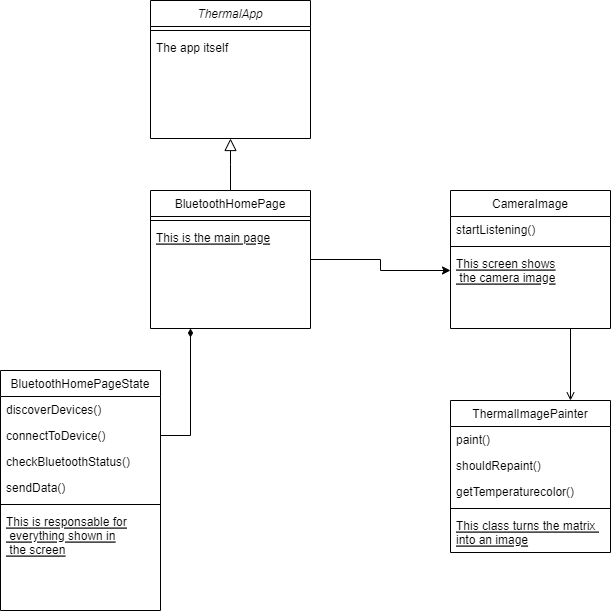
This is uml_diagram.drawio.png from JBLogistic/Licence_Exam, a draw.io export, as it was before one commit. Source tidied: cells renumbered, new cells last; positions are measured from the earlier drawing's top-left corner, leaving out a move shared by most shapes.
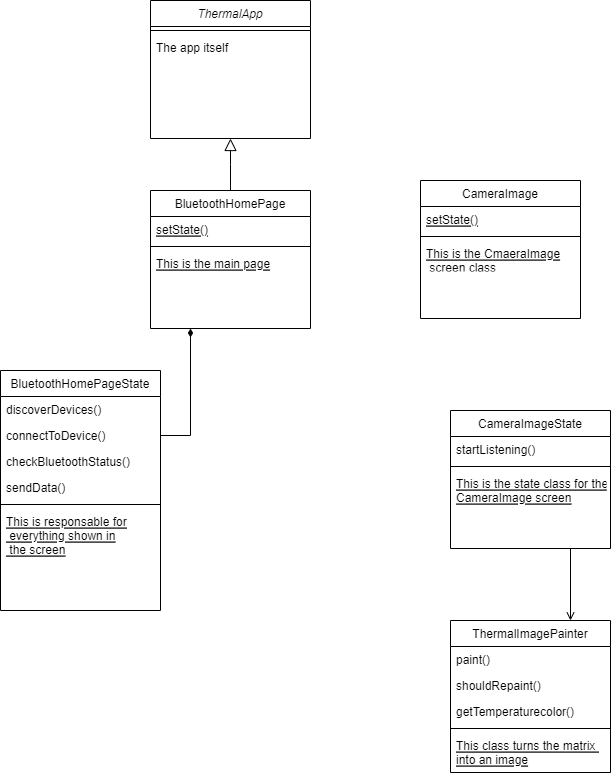
The same diagram one commit later.

Change to the diagram source:
```diff
@@ -11,17 +11,17 @@
     <mxCell id="4" value="The app itself" style="text;align=left;verticalAlign=top;spacingLeft=4;spacingRight=4;overflow=hidden;" parent="2" vertex="1">
       <mxGeometry y="34" width="160" height="26" as="geometry" />
     </mxCell>
-    <mxCell id="5" style="edgeStyle=orthogonalEdgeStyle;rounded=0;jettySize=auto;html=1;exitX=1;exitY=0.5;exitDx=0;exitDy=0;entryX=0;entryY=0.5;entryDx=0;entryDy=0;" parent="1" edge="1" source="6" target="22">
-      <mxGeometry relative="1" as="geometry" />
-    </mxCell>
     <mxCell id="6" value="BluetoothHomePage" style="swimlane;fontStyle=0;align=center;verticalAlign=top;horizontal=1;startSize=26;rounded=0;shadow=0;strokeWidth=1;" parent="1" vertex="1">
       <mxGeometry x="150" y="190" width="160" height="138" as="geometry" />
     </mxCell>
+    <mxCell id="29" value="setState()" style="text;align=left;verticalAlign=top;spacingLeft=4;spacingRight=4;overflow=hidden;fontStyle=4;" parent="6" vertex="1">
+      <mxGeometry y="26" width="160" height="26" as="geometry" />
+    </mxCell>
     <mxCell id="7" style="line;html=1;strokeWidth=1;align=left;verticalAlign=middle;spacingTop=-1;spacingLeft=3;spacingRight=3;labelPosition=right;" parent="6" vertex="1">
-      <mxGeometry y="26" width="160" height="8" as="geometry" />
+      <mxGeometry y="52" width="160" height="8" as="geometry" />
     </mxCell>
     <mxCell id="8" value="This is the main page" style="text;align=left;verticalAlign=top;spacingLeft=4;spacingRight=4;overflow=hidden;fontStyle=4;" parent="6" vertex="1">
-      <mxGeometry y="34" width="160" height="26" as="geometry" />
+      <mxGeometry y="60" width="160" height="26" as="geometry" />
     </mxCell>
     <mxCell id="9" style="endArrow=block;endSize=10;endFill=0;shadow=0;strokeWidth=1;rounded=0;edgeStyle=elbowEdgeStyle;elbow=vertical;" parent="1" edge="1" source="6" target="2">
       <mxGeometry relative="1" as="geometry" />
@@ -53,8 +53,8 @@
     <mxCell id="18" style="edgeStyle=orthogonalEdgeStyle;rounded=0;jettySize=auto;html=1;exitX=0.75;exitY=1;exitDx=0;exitDy=0;entryX=0.75;entryY=0;entryDx=0;entryDy=0;endArrow=open;endFill=0;" parent="1" edge="1" source="19" target="23">
       <mxGeometry relative="1" as="geometry" />
     </mxCell>
-    <mxCell id="19" value="CameraImage" style="swimlane;fontStyle=0;align=center;verticalAlign=top;horizontal=1;startSize=26;rounded=0;shadow=0;strokeWidth=1;" parent="1" vertex="1">
-      <mxGeometry x="450" y="190" width="160" height="138" as="geometry" />
+    <mxCell id="19" value="CameraImageState" style="swimlane;fontStyle=0;align=center;verticalAlign=top;horizontal=1;startSize=26;rounded=0;shadow=0;strokeWidth=1;" parent="1" vertex="1">
+      <mxGeometry x="450" y="410" width="160" height="138" as="geometry" />
     </mxCell>
     <mxCell id="20" value="startListening()" style="text;align=left;verticalAlign=top;spacingLeft=4;spacingRight=4;overflow=hidden;rounded=0;shadow=0;html=0;" parent="19" vertex="1">
       <mxGeometry y="26" width="160" height="26" as="geometry" />
@@ -62,11 +62,11 @@
     <mxCell id="21" style="line;html=1;strokeWidth=1;align=left;verticalAlign=middle;spacingTop=-1;spacingLeft=3;spacingRight=3;labelPosition=right;" parent="19" vertex="1">
       <mxGeometry y="52" width="160" height="8" as="geometry" />
     </mxCell>
-    <mxCell id="22" value="This screen shows&#10; the camera image" style="text;align=left;verticalAlign=top;spacingLeft=4;spacingRight=4;overflow=hidden;points=[[0,0.5],[1,0.5]];portConstraint=eastwest;fontStyle=4;" parent="19" vertex="1">
+    <mxCell id="22" value="This is the state class for the &#10;CameraImage screen" style="text;align=left;verticalAlign=top;spacingLeft=4;spacingRight=4;overflow=hidden;points=[[0,0.5],[1,0.5]];portConstraint=eastwest;fontStyle=4;" parent="19" vertex="1">
       <mxGeometry y="60" width="160" height="40" as="geometry" />
     </mxCell>
     <mxCell id="23" value="ThermalImagePainter" style="swimlane;fontStyle=0;align=center;verticalAlign=top;horizontal=1;startSize=26;rounded=0;shadow=0;strokeWidth=1;" parent="1" vertex="1">
-      <mxGeometry x="450" y="400" width="160" height="152" as="geometry" />
+      <mxGeometry x="450" y="620" width="160" height="152" as="geometry" />
     </mxCell>
     <mxCell id="24" value="paint()&#10;" style="text;align=left;verticalAlign=top;spacingLeft=4;spacingRight=4;overflow=hidden;rounded=0;shadow=0;html=0;" parent="23" vertex="1">
       <mxGeometry y="26" width="160" height="26" as="geometry" />
@@ -83,5 +83,17 @@
     <mxCell id="28" value="This class turns the matrix &#10;into an image" style="text;align=left;verticalAlign=top;spacingLeft=4;spacingRight=4;overflow=hidden;fontStyle=4;" parent="23" vertex="1">
       <mxGeometry y="112" width="160" height="40" as="geometry" />
     </mxCell>
+    <mxCell id="30" value="CameraImage" style="swimlane;fontStyle=0;align=center;verticalAlign=top;horizontal=1;startSize=26;rounded=0;shadow=0;strokeWidth=1;" parent="1" vertex="1">
+      <mxGeometry x="420" y="180" width="160" height="138" as="geometry" />
+    </mxCell>
+    <mxCell id="31" value="setState()" style="text;align=left;verticalAlign=top;spacingLeft=4;spacingRight=4;overflow=hidden;fontStyle=4;" parent="30" vertex="1">
+      <mxGeometry y="26" width="160" height="26" as="geometry" />
+    </mxCell>
+    <mxCell id="32" style="line;html=1;strokeWidth=1;align=left;verticalAlign=middle;spacingTop=-1;spacingLeft=3;spacingRight=3;labelPosition=right;" parent="30" vertex="1">
+      <mxGeometry y="52" width="160" height="8" as="geometry" />
+    </mxCell>
+    <mxCell id="33" value="This is the CmaeraImage&#10; screen class" style="text;align=left;verticalAlign=top;spacingLeft=4;spacingRight=4;overflow=hidden;fontStyle=4;" parent="30" vertex="1">
+      <mxGeometry y="60" width="160" height="26" as="geometry" />
+    </mxCell>
   </root>
 </mxGraphModel>
```
